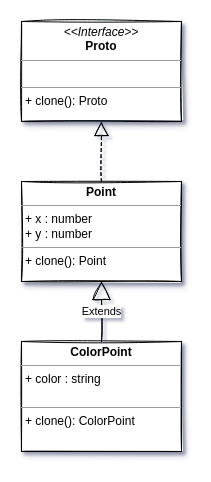
This is creational/prototype/myPrototype.drawio from Yaltaphil/patterns, a draw.io file, before an edit. Source tidied: cells renumbered, new cells numbered last; positions are measured from the earlier drawing's top-left corner, leaving out a move shared by most shapes. Both pictures are drawn from the tidied source at 100%, with x=0, y=0 at pixel (21, 21).
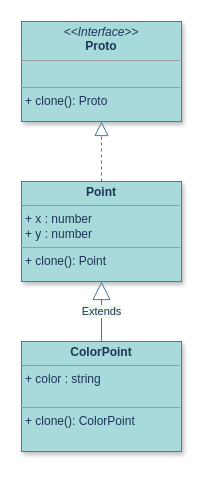
Above is the later version.

The edit, as a diff of the source:
```diff
@@
-<mxGraphModel shadow="1">
+<mxGraphModel background="#FFFFFF">
   <root>
     <mxCell id="0" />
     <mxCell id="1" parent="0" />
-    <mxCell id="2" value="&lt;p style=&quot;margin: 0px ; margin-top: 4px ; text-align: center&quot;&gt;&lt;i&gt;&amp;lt;&amp;lt;Interface&amp;gt;&amp;gt;&lt;/i&gt;&lt;br&gt;&lt;b&gt;Proto&lt;/b&gt;&lt;/p&gt;&lt;hr size=&quot;1&quot;&gt;&lt;p style=&quot;margin: 0px ; margin-left: 4px&quot;&gt;&lt;br&gt;&lt;/p&gt;&lt;hr size=&quot;1&quot;&gt;&lt;p style=&quot;margin: 0px ; margin-left: 4px&quot;&gt;+ clone(): Proto&lt;br&gt;&lt;br&gt;&lt;/p&gt;" style="verticalAlign=top;align=left;overflow=fill;fontSize=12;fontFamily=Helvetica;html=1;shadow=1;sketch=1;" parent="1" vertex="1">
+    <mxCell id="2" value="&lt;p style=&quot;margin: 0px ; margin-top: 4px ; text-align: center&quot;&gt;&lt;i&gt;&amp;lt;&amp;lt;Interface&amp;gt;&amp;gt;&lt;/i&gt;&lt;br&gt;&lt;b&gt;Proto&lt;/b&gt;&lt;/p&gt;&lt;hr size=&quot;1&quot;&gt;&lt;p style=&quot;margin: 0px ; margin-left: 4px&quot;&gt;&lt;br&gt;&lt;/p&gt;&lt;hr size=&quot;1&quot;&gt;&lt;p style=&quot;margin: 0px ; margin-left: 4px&quot;&gt;+ clone(): Proto&lt;br&gt;&lt;br&gt;&lt;/p&gt;" style="verticalAlign=top;align=left;overflow=fill;fontSize=12;fontFamily=Helvetica;html=1;shadow=1;fillColor=#A8DADC;strokeColor=#457B9D;fontColor=#1D3557;" parent="1" vertex="1">
       <mxGeometry width="160" height="100" as="geometry" />
     </mxCell>
-    <mxCell id="3" value="&lt;p style=&quot;margin: 0px ; margin-top: 4px ; text-align: center&quot;&gt;&lt;b&gt;Point&lt;/b&gt;&lt;/p&gt;&lt;hr size=&quot;1&quot;&gt;&lt;p style=&quot;margin: 0px ; margin-left: 4px&quot;&gt;+ x : number&lt;/p&gt;&lt;p style=&quot;margin: 0px ; margin-left: 4px&quot;&gt;+ y : number&lt;/p&gt;&lt;hr size=&quot;1&quot;&gt;&lt;p style=&quot;margin: 0px ; margin-left: 4px&quot;&gt;+ clone(): Point&lt;/p&gt;" style="verticalAlign=top;align=left;overflow=fill;fontSize=12;fontFamily=Helvetica;html=1;shadow=1;sketch=1;" parent="1" vertex="1">
+    <mxCell id="3" value="&lt;p style=&quot;margin: 0px ; margin-top: 4px ; text-align: center&quot;&gt;&lt;b&gt;Point&lt;/b&gt;&lt;/p&gt;&lt;hr size=&quot;1&quot;&gt;&lt;p style=&quot;margin: 0px ; margin-left: 4px&quot;&gt;+ x : number&lt;/p&gt;&lt;p style=&quot;margin: 0px ; margin-left: 4px&quot;&gt;+ y : number&lt;/p&gt;&lt;hr size=&quot;1&quot;&gt;&lt;p style=&quot;margin: 0px ; margin-left: 4px&quot;&gt;+ clone(): Point&lt;/p&gt;" style="verticalAlign=top;align=left;overflow=fill;fontSize=12;fontFamily=Helvetica;html=1;shadow=1;fillColor=#A8DADC;strokeColor=#457B9D;fontColor=#1D3557;" parent="1" vertex="1">
       <mxGeometry y="160" width="160" height="100" as="geometry" />
     </mxCell>
-    <mxCell id="4" value="&lt;p style=&quot;margin: 0px ; margin-top: 4px ; text-align: center&quot;&gt;&lt;b&gt;ColorPoint&lt;/b&gt;&lt;/p&gt;&lt;hr size=&quot;1&quot;&gt;&lt;p style=&quot;margin: 0px ; margin-left: 4px&quot;&gt;+ color : string&lt;/p&gt;&lt;p style=&quot;margin: 0px ; margin-left: 4px&quot;&gt;&lt;br&gt;&lt;/p&gt;&lt;hr size=&quot;1&quot;&gt;&lt;p style=&quot;margin: 0px ; margin-left: 4px&quot;&gt;+ clone(): ColorPoint&lt;/p&gt;" style="verticalAlign=top;align=left;overflow=fill;fontSize=12;fontFamily=Helvetica;html=1;shadow=1;sketch=1;" parent="1" vertex="1">
+    <mxCell id="4" value="&lt;p style=&quot;margin: 0px ; margin-top: 4px ; text-align: center&quot;&gt;&lt;b&gt;ColorPoint&lt;/b&gt;&lt;/p&gt;&lt;hr size=&quot;1&quot;&gt;&lt;p style=&quot;margin: 0px ; margin-left: 4px&quot;&gt;+ color : string&lt;/p&gt;&lt;p style=&quot;margin: 0px ; margin-left: 4px&quot;&gt;&lt;br&gt;&lt;/p&gt;&lt;hr size=&quot;1&quot;&gt;&lt;p style=&quot;margin: 0px ; margin-left: 4px&quot;&gt;+ clone(): ColorPoint&lt;/p&gt;" style="verticalAlign=top;align=left;overflow=fill;fontSize=12;fontFamily=Helvetica;html=1;shadow=1;fillColor=#A8DADC;strokeColor=#457B9D;fontColor=#1D3557;" parent="1" vertex="1">
       <mxGeometry y="320" width="160" height="110" as="geometry" />
     </mxCell>
-    <mxCell id="5" style="endArrow=block;dashed=1;endFill=0;endSize=12;html=1;exitX=0.5;exitY=0;exitDx=0;exitDy=0;entryX=0.5;entryY=1;entryDx=0;entryDy=0;sketch=1;" parent="1" edge="1" source="3" target="2">
+    <mxCell id="5" style="endArrow=block;dashed=1;endFill=0;endSize=12;html=1;exitX=0.5;exitY=0;exitDx=0;exitDy=0;entryX=0.5;entryY=1;entryDx=0;entryDy=0;labelBackgroundColor=#F1FAEE;strokeColor=#457B9D;fontColor=#1D3557;" parent="1" edge="1" source="3" target="2">
       <mxGeometry relative="1" as="geometry" />
     </mxCell>
-    <mxCell id="6" value="Extends" style="endArrow=block;endSize=16;endFill=0;html=1;exitX=0.5;exitY=0;exitDx=0;exitDy=0;entryX=0.5;entryY=1;entryDx=0;entryDy=0;sketch=1;" parent="1" edge="1" source="4" target="3">
+    <mxCell id="6" value="Extends" style="endArrow=block;endSize=16;endFill=0;html=1;exitX=0.5;exitY=0;exitDx=0;exitDy=0;entryX=0.5;entryY=1;entryDx=0;entryDy=0;labelBackgroundColor=#F1FAEE;strokeColor=#457B9D;fontColor=#1D3557;" parent="1" edge="1" source="4" target="3">
       <mxGeometry relative="1" as="geometry" />
     </mxCell>
   </root>
 </mxGraphModel>
```
